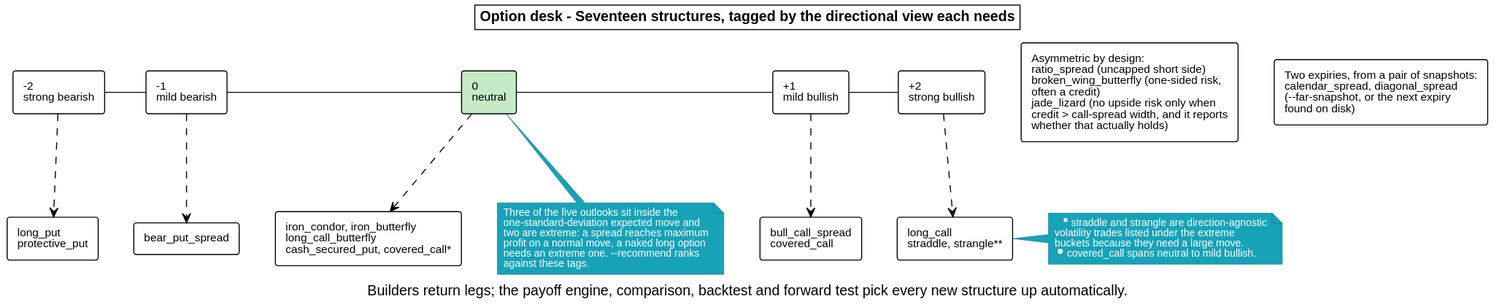
This is docs/diagrams/04_structures_by_outlook.svg from Iman/agent-driven-options-desk-and-skills, a PlantUML export, as it was before one commit. Source of this version:
```plantuml
@startuml
!include theme.iuml
title Option desk - Seventeen structures, tagged by the directional view each needs

rectangle "-2\nstrong bearish" as sb
rectangle "-1\nmild bearish" as mb
rectangle "0\nneutral" as n #C6E9C6
rectangle "+1\nmild bullish" as mu
rectangle "+2\nstrong bullish" as su

sb -right- mb
mb -right- n
n -right- mu
mu -right- su

rectangle "long_put\nprotective_put" as lp
rectangle "bear_put_spread" as bps
rectangle "iron_condor, iron_butterfly\nlong_call_butterfly\ncash_secured_put, covered_call*" as ic
rectangle "bull_call_spread\ncovered_call" as bcs
rectangle "long_call\nstraddle, strangle**" as lc

sb .down.> lp
mb .down.> bps
n .down.> ic
mu .down.> bcs
su .down.> lc

rectangle "Asymmetric by design:\nratio_spread (uncapped short side)\nbroken_wing_butterfly (one-sided risk,\noften a credit)\njade_lizard (no upside risk only when\ncredit > call-spread width, and it reports\nwhether that actually holds)" as asym
rectangle "Two expiries, from a pair of snapshots:\ncalendar_spread, diagonal_spread\n(--far-snapshot, or the next expiry\nfound on disk)" as timesp

note bottom of n
Three of the five outlooks sit inside the
one-standard-deviation expected move and
two are extreme: a spread reaches maximum
profit on a normal move, a naked long option
needs an extreme one. --recommend ranks
against these tags.
end note

note right of lc
** straddle and strangle are direction-agnostic
volatility trades listed under the extreme
buckets because they need a large move.
* covered_call spans neutral to mild bullish.
end note

caption Builders return legs; the payoff engine, comparison, backtest and forward test pick every new structure up automatically.
@enduml
```
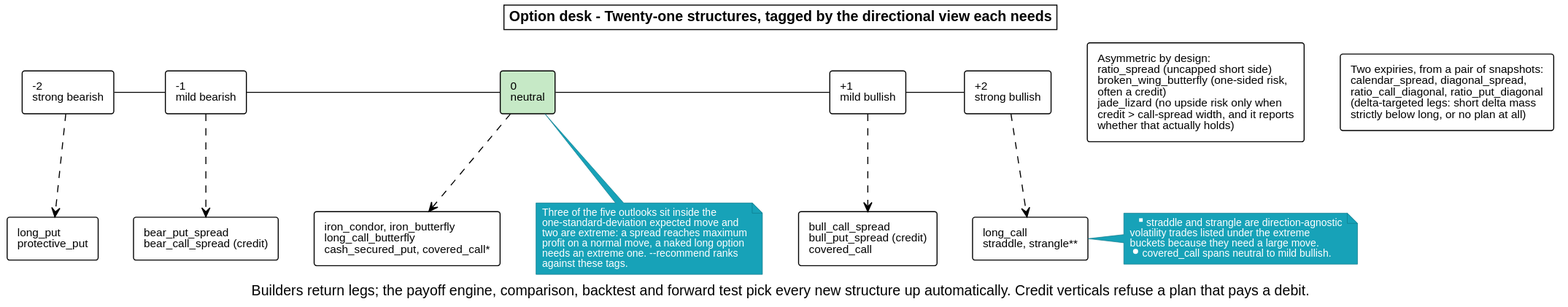
After the change.

The edit, as a diff of the source:
```diff
@@ -1,6 +1,6 @@
 @startuml
 !include theme.iuml
-title Option desk - Seventeen structures, tagged by the directional view each needs
+title Option desk - Twenty-one structures, tagged by the directional view each needs
 
 rectangle "-2\nstrong bearish" as sb
 rectangle "-1\nmild bearish" as mb
@@ -14,9 +14,9 @@
 mu -right- su
 
 rectangle "long_put\nprotective_put" as lp
-rectangle "bear_put_spread" as bps
+rectangle "bear_put_spread\nbear_call_spread (credit)" as bps
 rectangle "iron_condor, iron_butterfly\nlong_call_butterfly\ncash_secured_put, covered_call*" as ic
-rectangle "bull_call_spread\ncovered_call" as bcs
+rectangle "bull_call_spread\nbull_put_spread (credit)\ncovered_call" as bcs
 rectangle "long_call\nstraddle, strangle**" as lc
 
 sb .down.> lp
@@ -26,7 +26,7 @@
 su .down.> lc
 
 rectangle "Asymmetric by design:\nratio_spread (uncapped short side)\nbroken_wing_butterfly (one-sided risk,\noften a credit)\njade_lizard (no upside risk only when\ncredit > call-spread width, and it reports\nwhether that actually holds)" as asym
-rectangle "Two expiries, from a pair of snapshots:\ncalendar_spread, diagonal_spread\n(--far-snapshot, or the next expiry\nfound on disk)" as timesp
+rectangle "Two expiries, from a pair of snapshots:\ncalendar_spread, diagonal_spread,\nratio_call_diagonal, ratio_put_diagonal\n(delta-targeted legs: short delta mass\nstrictly below long, or no plan at all)" as timesp
 
 note bottom of n
 Three of the five outlooks sit inside the
@@ -44,5 +44,5 @@
 * covered_call spans neutral to mild bullish.
 end note
 
-caption Builders return legs; the payoff engine, comparison, backtest and forward test pick every new structure up automatically.
+caption Builders return legs; the payoff engine, comparison, backtest and forward test pick every new structure up automatically. Credit verticals refuse a plan that pays a debit.
 @enduml
```
